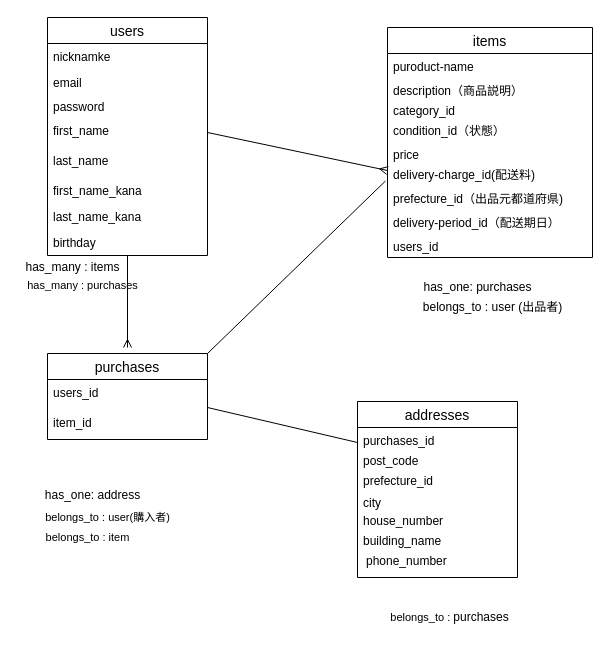
Before: page "ページ1" (1 of 2) of furima.dio in 55tommy/furima-38555, a draw.io diagram. Source tidied: cells renumbered, new cells numbered last; positions are measured from the earlier drawing's top-left corner, leaving out a move shared by most shapes. Both pictures are drawn from the tidied source at 100%, with x=0, y=0 at pixel (17, 17).
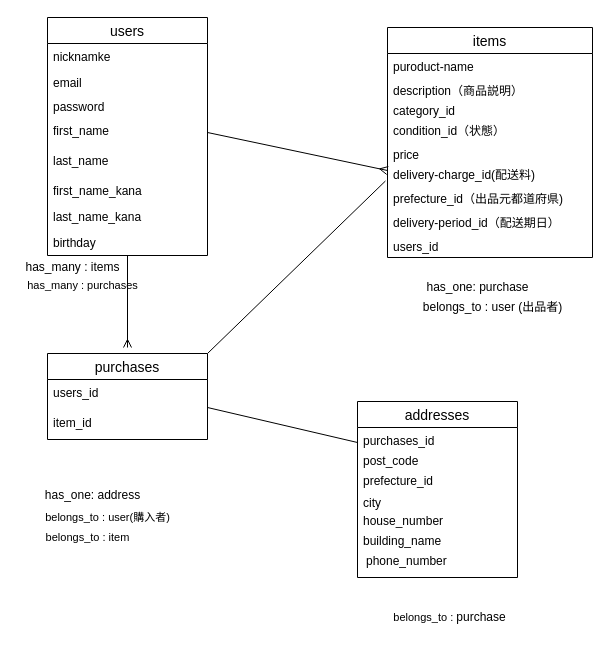
Above is the later version.

Commit message (it also covers changes not shown here):
DBのpurchases→purchaseに変更

What changed in the source:
```diff
@@
-    <mxCell id="27" value="&lt;font style=&quot;font-size: 12px&quot;&gt;has_one:&amp;nbsp;purchases&lt;/font&gt;" style="text;html=1;align=center;verticalAlign=middle;strokeColor=none;fillColor=none;" parent="1" vertex="1">
+    <mxCell id="27" value="&lt;font style=&quot;font-size: 12px&quot;&gt;has_one:&amp;nbsp;purchase&lt;/font&gt;" style="text;html=1;align=center;verticalAlign=middle;strokeColor=none;fillColor=none;" parent="1" vertex="1">
       <mxGeometry x="400" y="260" width="120" height="20" as="geometry" />
     </mxCell>
@@
-    <mxCell id="36" value="belongs_to :&amp;nbsp;&lt;font style=&quot;font-size: 12px&quot;&gt;purchases&lt;/font&gt;" style="text;html=1;align=center;verticalAlign=middle;strokeColor=none;fillColor=none;fontSize=11;fontFamily=Helvetica;fontColor=default;" parent="1" vertex="1">
+    <mxCell id="36" value="belongs_to :&amp;nbsp;&lt;font style=&quot;font-size: 12px&quot;&gt;purchase&lt;/font&gt;" style="text;html=1;align=center;verticalAlign=middle;strokeColor=none;fillColor=none;fontSize=11;fontFamily=Helvetica;fontColor=default;" parent="1" vertex="1">
       <mxGeometry x="367" y="590" width="130" height="20" as="geometry" />
     </mxCell>
```
